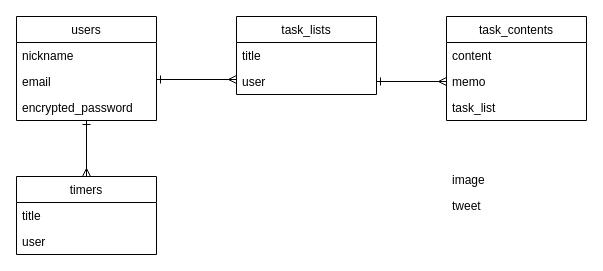
Before: page "ページ1" (1 of 2) of ER.dio in zskzsk92/sachi_plan, a draw.io diagram. Source tidied: cells renumbered, new cells numbered last; positions are measured from the earlier drawing's top-left corner, leaving out a move shared by most shapes. Both pictures are drawn from the tidied source at 100%, with x=0, y=0 at pixel (16, 16).
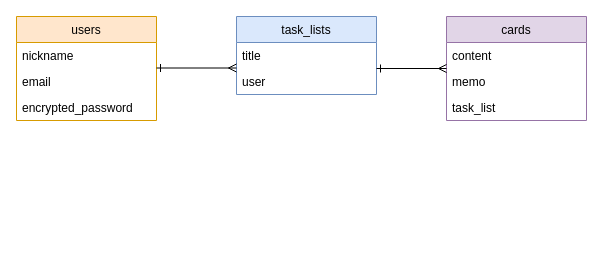
The same page after the edit.

The change refers to these unchanged cells:
```xml
<mxCell id="4" value="user" style="text;strokeColor=none;fillColor=none;align=left;verticalAlign=top;spacingLeft=4;spacingRight=4;overflow=hidden;points=[[0,0.5],[1,0.5]];portConstraint=eastwest;" parent="2" vertex="1">
  <mxGeometry y="52" width="140" height="26" as="geometry" />
</mxCell>
<mxCell id="12" value="memo&#10;" style="text;strokeColor=none;fillColor=none;align=left;verticalAlign=top;spacingLeft=4;spacingRight=4;overflow=hidden;points=[[0,0.5],[1,0.5]];portConstraint=eastwest;" parent="10" vertex="1">
  <mxGeometry y="52" width="140" height="26" as="geometry" />
</mxCell>
```

What changed in the source:
```diff
@@
-<mxGraphModel>
+<mxGraphModel background="#ffffff">
@@
-    <mxCell id="2" value="task_lists" style="swimlane;fontStyle=0;horizontal=1;startSize=26;fillColor=none;" parent="1" vertex="1">
+    <mxCell id="2" value="task_lists" style="swimlane;fontStyle=0;horizontal=1;startSize=26;fillColor=#dae8fc;strokeColor=#6c8ebf;" parent="1" vertex="1">
       <mxGeometry x="220" width="140" height="78" as="geometry" />
     </mxCell>
@@
-    <mxCell id="5" style="edgeStyle=none;html=1;startArrow=ERone;startFill=0;endArrow=ERmany;endFill=0;entryX=0.5;entryY=0;entryDx=0;entryDy=0;" parent="1" edge="1" source="6" target="16">
-      <mxGeometry relative="1" as="geometry" />
-    </mxCell>
-    <mxCell id="6" value="users" style="swimlane;fontStyle=0;horizontal=1;startSize=26;fillColor=none;" parent="1" vertex="1">
+    <mxCell id="6" value="users" style="swimlane;fontStyle=0;horizontal=1;startSize=26;fillColor=#ffe6cc;strokeColor=#d79b00;" parent="1" vertex="1">
       <mxGeometry width="140" height="104" as="geometry" />
     </mxCell>
@@
-    <mxCell id="10" value="task_contents" style="swimlane;fontStyle=0;horizontal=1;startSize=26;fillColor=none;" parent="1" vertex="1">
+    <mxCell id="10" value="cards" style="swimlane;fontStyle=0;horizontal=1;startSize=26;fillColor=#e1d5e7;strokeColor=#9673a6;" parent="1" vertex="1">
       <mxGeometry x="430" width="140" height="104" as="geometry" />
     </mxCell>
@@
     <mxCell id="14" style="edgeStyle=none;html=1;entryX=0;entryY=0.5;entryDx=0;entryDy=0;endArrow=ERmany;endFill=0;startArrow=ERone;startFill=0;" parent="1" edge="1">
       <mxGeometry relative="1" as="geometry">
-        <mxPoint x="140" y="63" as="sourcePoint" />
-        <mxPoint x="220" y="63" as="targetPoint" />
+        <mxPoint x="140" y="51.5" as="sourcePoint" />
+        <mxPoint x="220" y="51.5" as="targetPoint" />
       </mxGeometry>
     </mxCell>
-    <mxCell id="15" style="edgeStyle=none;html=1;startArrow=ERone;startFill=0;endArrow=ERmany;endFill=0;entryX=0;entryY=0.5;entryDx=0;entryDy=0;" parent="1" edge="1" source="4" target="12">
-      <mxGeometry relative="1" as="geometry" />
+    <mxCell id="15" style="edgeStyle=none;html=1;startArrow=ERone;startFill=0;endArrow=ERmany;endFill=0;entryX=0;entryY=0.5;entryDx=0;entryDy=0;" parent="1" edge="1">
+      <mxGeometry relative="1" as="geometry">
+        <mxPoint x="360" y="52" as="sourcePoint" />
+        <mxPoint x="430" y="52" as="targetPoint" />
+      </mxGeometry>
     </mxCell>
-    <mxCell id="16" value="timers" style="swimlane;fontStyle=0;horizontal=1;startSize=26;fillColor=none;" parent="1" vertex="1">
-      <mxGeometry y="160" width="140" height="78" as="geometry" />
-    </mxCell>
-    <mxCell id="17" value="title" style="text;strokeColor=none;fillColor=none;align=left;verticalAlign=top;spacingLeft=4;spacingRight=4;overflow=hidden;" parent="16" vertex="1">
-      <mxGeometry y="26" width="140" height="26" as="geometry" />
-    </mxCell>
-    <mxCell id="18" value="user" style="text;strokeColor=none;fillColor=none;align=left;verticalAlign=top;spacingLeft=4;spacingRight=4;overflow=hidden;" parent="16" vertex="1">
-      <mxGeometry y="52" width="140" height="26" as="geometry" />
-    </mxCell>
-    <mxCell id="19" value="image" style="text;strokeColor=none;fillColor=none;align=left;verticalAlign=top;spacingLeft=4;spacingRight=4;overflow=hidden;" parent="1" vertex="1">
-      <mxGeometry x="430" y="150" width="60" height="26" as="geometry" />
-    </mxCell>
-    <mxCell id="20" value="tweet" style="text;strokeColor=none;fillColor=none;align=left;verticalAlign=top;spacingLeft=4;spacingRight=4;overflow=hidden;" parent="1" vertex="1">
-      <mxGeometry x="430" y="176" width="60" height="26" as="geometry" />
-    </mxCell>
```
